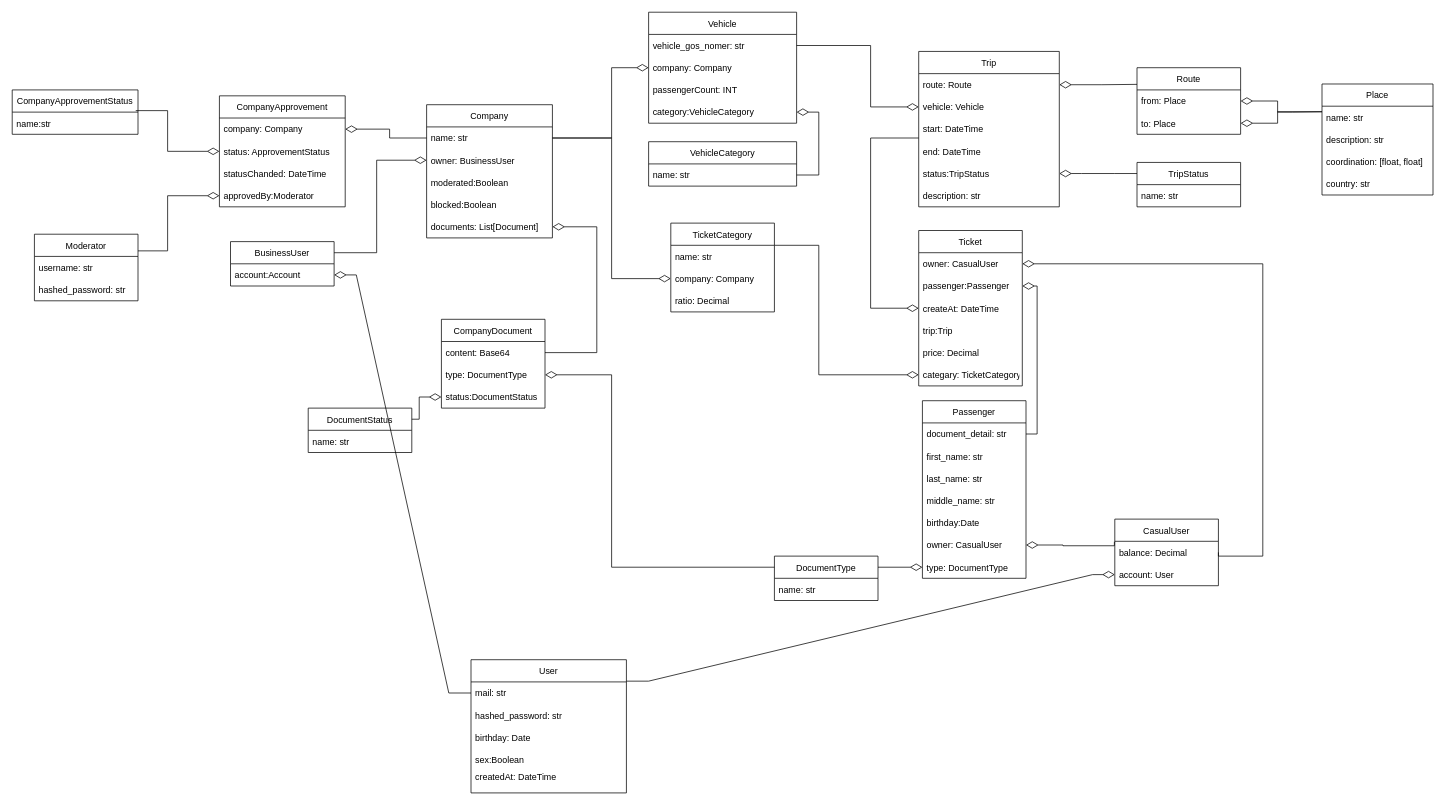
The draw.io diagram VehicleAggModels.drawio in vehicle-aggregator/docs, before the edit. Source tidied: cells renumbered, new cells numbered last; positions are measured from the earlier drawing's top-left corner, leaving out a move shared by most shapes. Both pictures are drawn from the tidied source at 74%, with x=0, y=0 at pixel (12, 12).
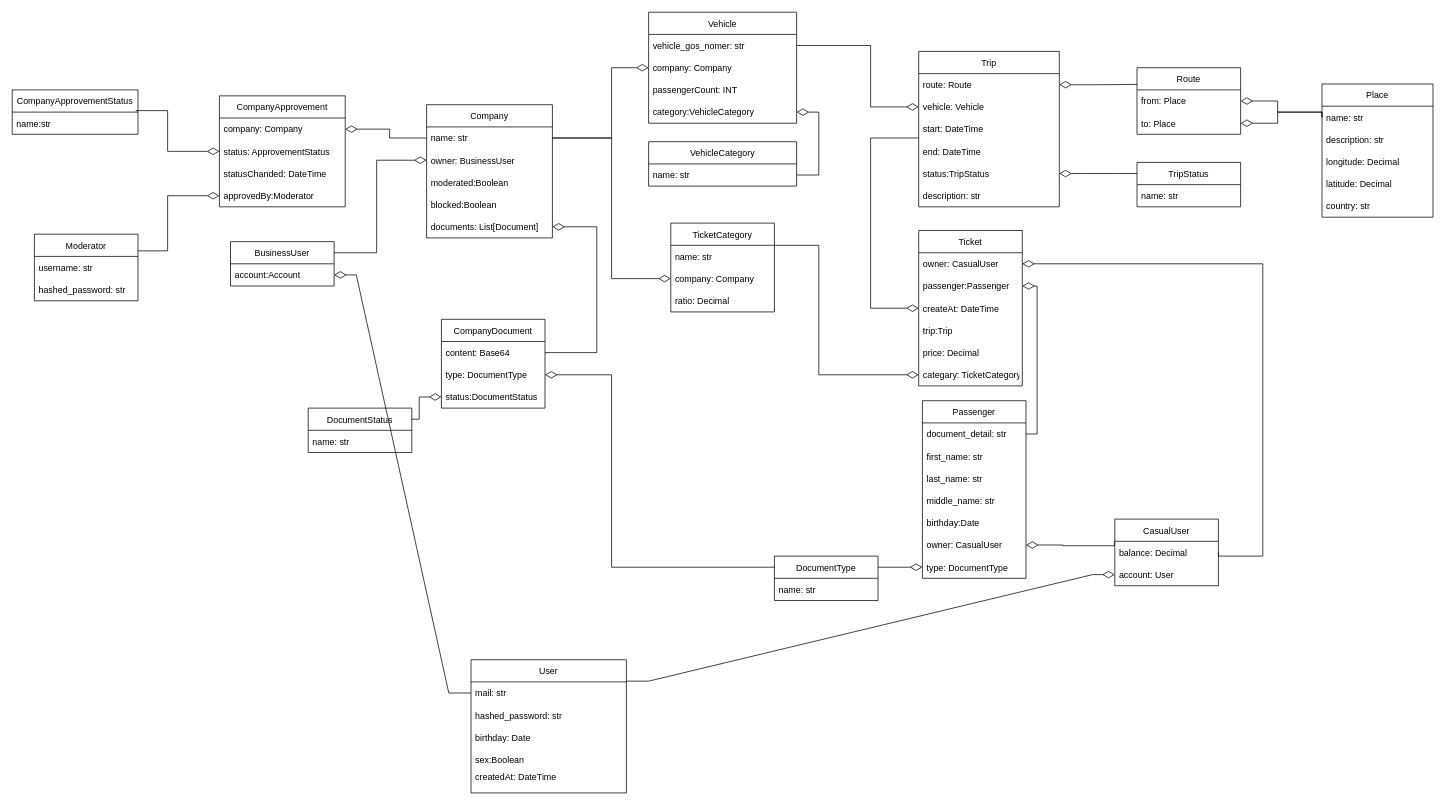
Above is the later version.

Commit message:
long lat in Place

The change refers to these unchanged cells:
```xml
<mxCell id="39" value="from: Place" style="text;strokeColor=none;fillColor=none;align=left;verticalAlign=middle;spacingLeft=4;spacingRight=4;overflow=hidden;points=[[0,0.5],[1,0.5]];portConstraint=eastwest;" parent="38" vertex="1">
  <mxGeometry y="30" width="140" height="30" as="geometry" />
</mxCell>
```

Change to the diagram source:
```diff
@@
     <mxCell id="33" value="Place" style="swimlane;fontStyle=0;horizontal=1;startSize=30;" parent="1" vertex="1">
-      <mxGeometry x="1770" y="97" width="150" height="150" as="geometry" />
+      <mxGeometry x="1770" y="97" width="150" height="180" as="geometry" />
     </mxCell>
@@
-    <mxCell id="36" value="coordination: [float, float]" style="text;strokeColor=none;fillColor=none;align=left;verticalAlign=middle;spacingLeft=4;spacingRight=4;overflow=hidden;" parent="33" vertex="1">
+    <mxCell id="36" value="longitude: Decimal" style="text;strokeColor=none;fillColor=none;align=left;verticalAlign=middle;spacingLeft=4;spacingRight=4;overflow=hidden;" parent="33" vertex="1">
       <mxGeometry y="90" width="150" height="30" as="geometry" />
     </mxCell>
+    <mxCell id="103" value="latitude: Decimal" style="text;strokeColor=none;fillColor=none;align=left;verticalAlign=middle;spacingLeft=4;spacingRight=4;overflow=hidden;" parent="33" vertex="1">
+      <mxGeometry y="120" width="150" height="30" as="geometry" />
+    </mxCell>
     <mxCell id="37" value="country: str" style="text;strokeColor=none;fillColor=none;align=left;verticalAlign=middle;spacingLeft=4;spacingRight=4;overflow=hidden;" parent="33" vertex="1">
-      <mxGeometry y="120" width="150" height="30" as="geometry" />
+      <mxGeometry y="150" width="150" height="30" as="geometry" />
     </mxCell>
@@
     <mxCell id="41" style="edgeStyle=orthogonalEdgeStyle;rounded=0;jettySize=auto;html=1;entryX=0;entryY=0.25;entryDx=0;entryDy=0;elbow=vertical;endArrow=none;endFill=0;startArrow=diamondThin;startFill=0;endSize=11;startSize=14;" parent="1" edge="1" source="39" target="33">
       <mxGeometry relative="1" as="geometry">
         <Array as="points">
           <mxPoint x="1710" y="120" />
           <mxPoint x="1710" y="135" />
-          <mxPoint x="1730" y="135" />
+          <mxPoint x="1770" y="135" />
         </Array>
       </mxGeometry>
     </mxCell>
```
